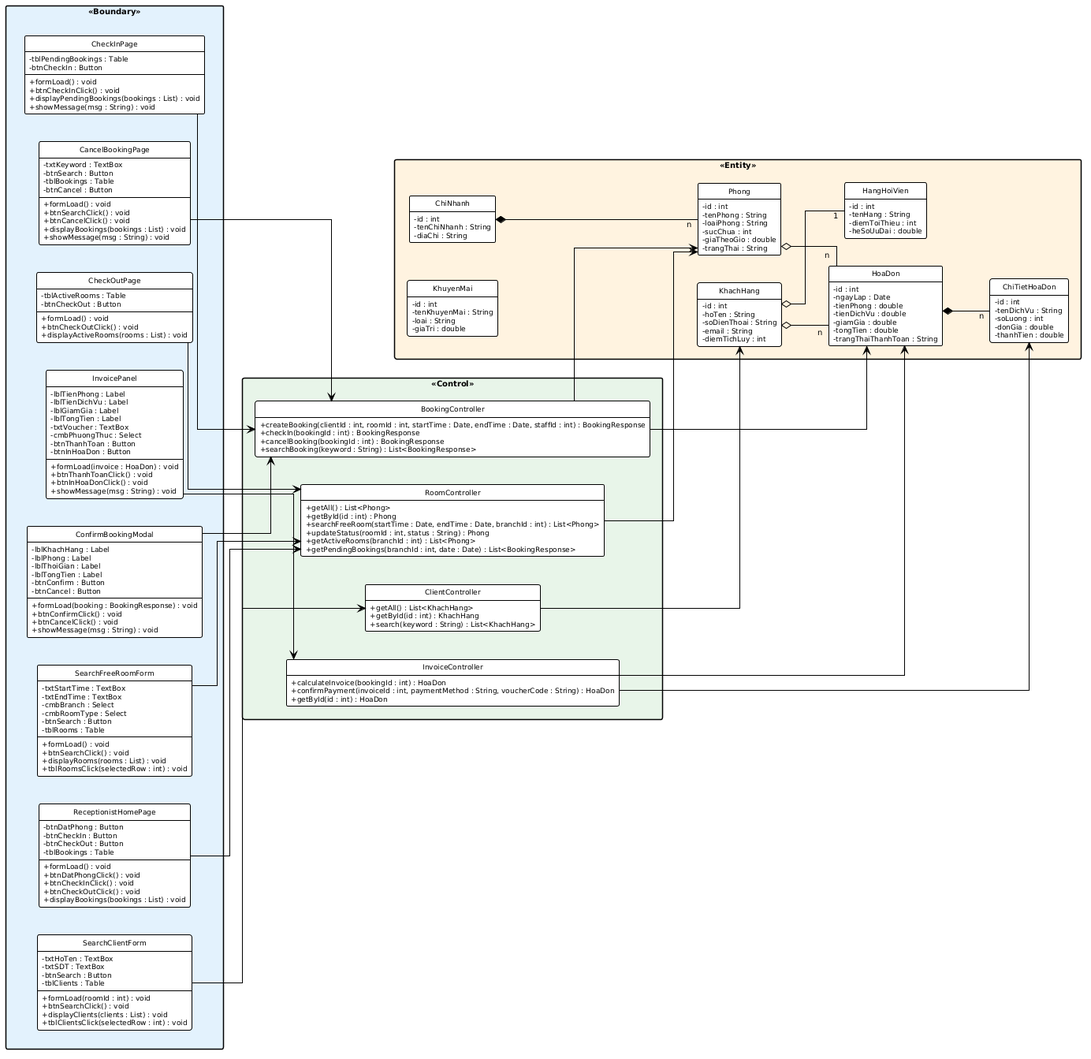
Earlier version of the PlantUML export output/diagrams/booking_mvc_class.png (thanhtrnnn/cnpm).
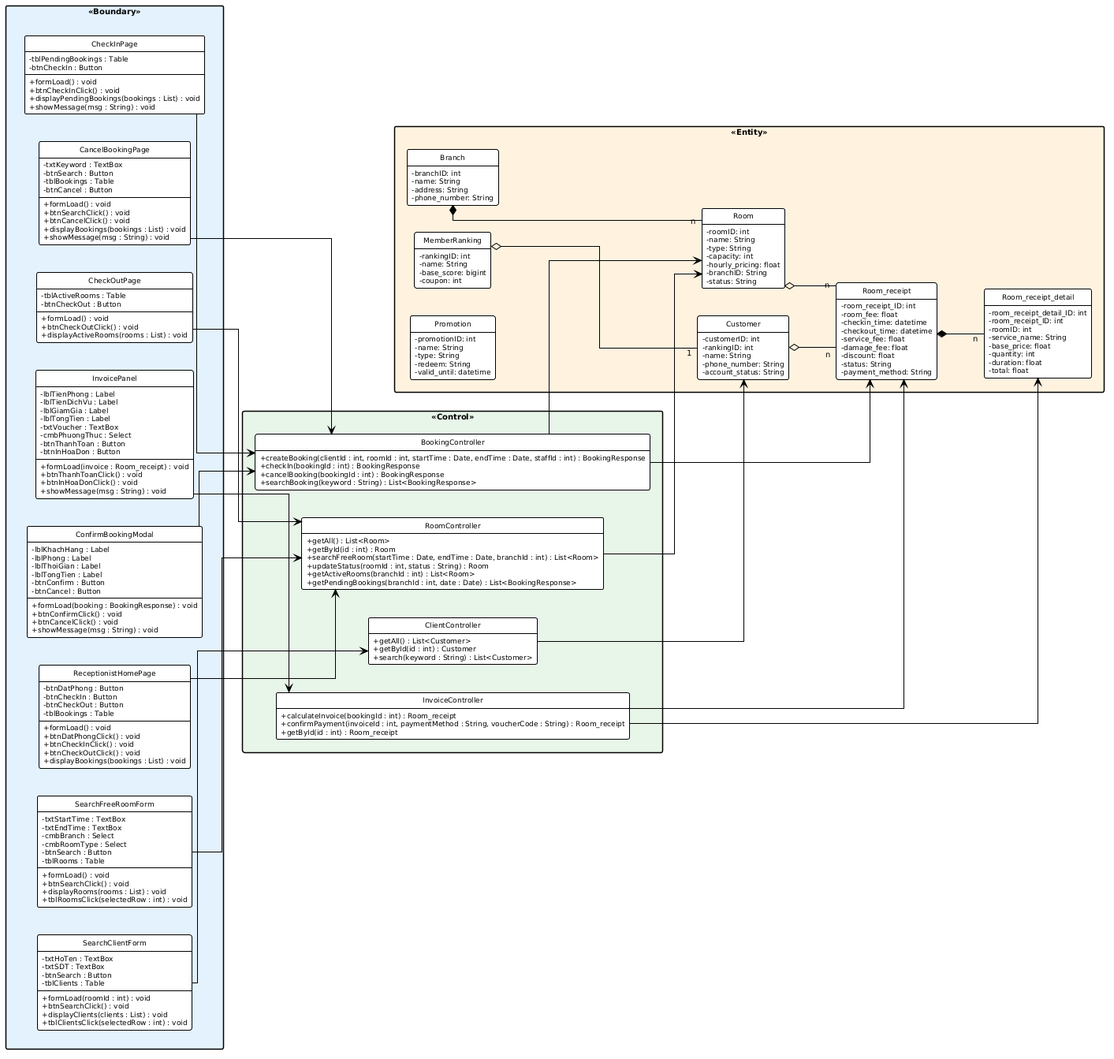
Later version of the same file.

The edit, as a diff of the source:
```diff
@@ -100,7 +100,7 @@
       -cmbPhuongThuc : Select
       -btnThanhToan : Button
       -btnInHoaDon : Button
-      +formLoad(invoice : HoaDon) : void
+      +formLoad(invoice : Room_receipt) : void
       +btnThanhToanClick() : void
       +btnInHoaDonClick() : void
       +showMessage(msg : String) : void
@@ -121,17 +121,17 @@
 
 package "<<Control>>" #E8F5E9 {
   class RoomController {
-    +getAll() : List<Phong>
-    +getById(id : int) : Phong
-    +searchFreeRoom(startTime : Date, endTime : Date, branchId : int) : List<Phong>
-    +updateStatus(roomId : int, status : String) : Phong
-    +getActiveRooms(branchId : int) : List<Phong>
+    +getAll() : List<Room>
+    +getById(id : int) : Room
+    +searchFreeRoom(startTime : Date, endTime : Date, branchId : int) : List<Room>
+    +updateStatus(roomId : int, status : String) : Room
+    +getActiveRooms(branchId : int) : List<Room>
     +getPendingBookings(branchId : int, date : Date) : List<BookingResponse>
   }
   class ClientController {
-    +getAll() : List<KhachHang>
-    +getById(id : int) : KhachHang
-    +search(keyword : String) : List<KhachHang>
+    +getAll() : List<Customer>
+    +getById(id : int) : Customer
+    +search(keyword : String) : List<Customer>
   }
   class BookingController {
     +createBooking(clientId : int, roomId : int, startTime : Date, endTime : Date, staffId : int) : BookingResponse
@@ -140,60 +140,68 @@
     +searchBooking(keyword : String) : List<BookingResponse>
   }
   class InvoiceController {
-    +calculateInvoice(bookingId : int) : HoaDon
-    +confirmPayment(invoiceId : int, paymentMethod : String, voucherCode : String) : HoaDon
-    +getById(id : int) : HoaDon
+    +calculateInvoice(bookingId : int) : Room_receipt
+    +confirmPayment(invoiceId : int, paymentMethod : String, voucherCode : String) : Room_receipt
+    +getById(id : int) : Room_receipt
   }
 }
 
 package "<<Entity>>" #FFF3E0 {
-  class Phong {
-    -id : int
-    -tenPhong : String
-    -loaiPhong : String
-    -sucChua : int
-    -giaTheoGio : double
-    -trangThai : String
+  class Room {
+    -roomID: int
+    -name: String
+    -type: String
+    -capacity: int
+    -hourly_pricing: float
+    -branchID: String
+    -status: String
   }
-  class KhachHang {
-    -id : int
-    -hoTen : String
-    -soDienThoai : String
-    -email : String
-    -diemTichLuy : int
+  class Customer {
+    -customerID: int
+    -rankingID: int
+    -name: String
+    -phone_number: String
+    -account_status: String
   }
-  class HoaDon {
-    -id : int
-    -ngayLap : Date
-    -tienPhong : double
-    -tienDichVu : double
-    -giamGia : double
-    -tongTien : double
-    -trangThaiThanhToan : String
+  class Room_receipt {
+    -room_receipt_ID: int
+    -room_fee: float
+    -checkin_time: datetime
+    -checkout_time: datetime
+    -service_fee: float
+    -damage_fee: float
+    -discount: float
+    -status: String
+    -payment_method: String
   }
-  class ChiTietHoaDon {
-    -id : int
-    -tenDichVu : String
-    -soLuong : int
-    -donGia : double
-    -thanhTien : double
+  class Room_receipt_detail {
+    -room_receipt_detail_ID: int
+    -room_receipt_ID: int
+    -roomID: int
+    -service_name: String
+    -base_price: float
+    -quantity: int
+    -duration: float
+    -total: float
   }
-  class KhuyenMai {
-    -id : int
-    -tenKhuyenMai : String
-    -loai : String
-    -giaTri : double
+  class Promotion {
+    -promotionID: int
+    -name: String
+    -type: String
+    -redeem: String
+    -valid_until: datetime
   }
-  class ChiNhanh {
-    -id : int
-    -tenChiNhanh : String
-    -diaChi : String
+  class Branch {
+    -branchID: int
+    -name: String
+    -address: String
+    -phone_number: String
   }
-  class HangHoiVien {
-    -id : int
-    -tenHang : String
-    -diemToiThieu : int
-    -heSoUuDai : double
+  class MemberRanking {
+    -rankingID: int
+    -name: String
+    -base_score: bigint
+    -coupon: int
   }
 }
 
@@ -206,16 +214,16 @@
 InvoicePanel --> InvoiceController
 CancelBookingPage --> BookingController
 
-RoomController --> Phong
-ClientController --> KhachHang
-BookingController --> HoaDon
-BookingController --> Phong
-InvoiceController --> HoaDon
-InvoiceController --> ChiTietHoaDon
+RoomController --> Room
+ClientController --> Customer
+BookingController --> Room_receipt
+BookingController --> Room
+InvoiceController --> Room_receipt
+InvoiceController --> Room_receipt_detail
 
-ChiNhanh *-- "n" Phong
-KhachHang o-- "1" HangHoiVien
-HoaDon *-- "n" ChiTietHoaDon
-KhachHang o-- "n" HoaDon
-Phong o-- "n" HoaDon
+Branch *-- "n" Room
+MemberRanking o-- "1" Customer
+Room_receipt *-- "n" Room_receipt_detail
+Customer o-- "n" Room_receipt
+Room o-- "n" Room_receipt
 @enduml
```
